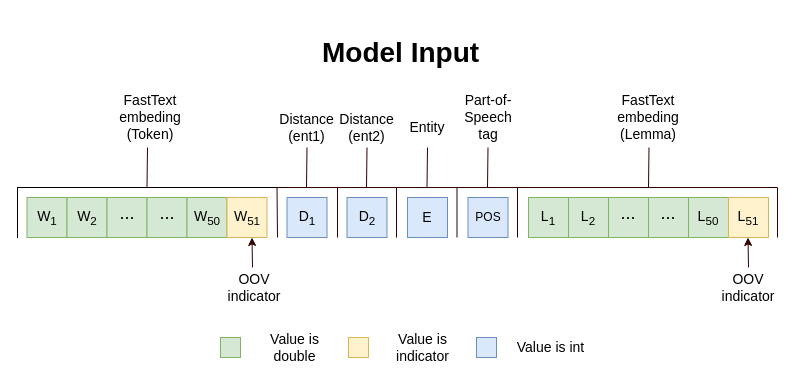
UsernamePSQ/nlp_final keeps this draw.io diagram as stat-nlp-book/assignments/2019/final_assignment/problem/Extra_files/figures/ModelInput.drawio. Above is the earlier version. Source tidied: cells renumbered, new cells numbered last; positions are measured from the earlier drawing's top-left corner, leaving out a move shared by most shapes. Both pictures are drawn from the tidied source at 100%, with x=0, y=0 at pixel (17, 27).
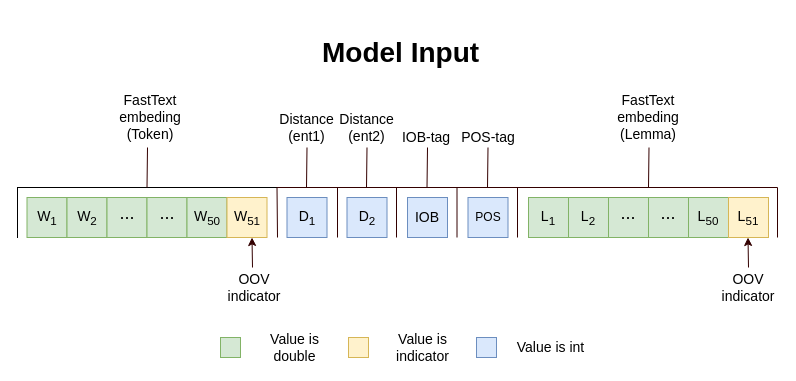
After the change.

The edit, as a diff of the source:
```diff
@@
-    <mxCell id="10" value="&lt;span style=&quot;font-size: 14px&quot;&gt;E&lt;/span&gt;" style="rounded=0;whiteSpace=wrap;html=1;fillColor=#dae8fc;strokeColor=#6c8ebf;" parent="1" vertex="1">
+    <mxCell id="10" value="&lt;span style=&quot;font-size: 14px&quot;&gt;IOB&lt;/span&gt;" style="rounded=0;whiteSpace=wrap;html=1;fillColor=#dae8fc;strokeColor=#6c8ebf;" parent="1" vertex="1">
       <mxGeometry x="390" y="170" width="40" height="40" as="geometry" />
     </mxCell>
@@
-    <mxCell id="40" value="Entity" style="text;html=1;strokeColor=none;fillColor=none;align=center;verticalAlign=middle;whiteSpace=wrap;rounded=0;fontSize=14;" parent="1" vertex="1">
-      <mxGeometry x="390" y="90" width="40" height="20" as="geometry" />
+    <mxCell id="40" value="IOB-tag" style="text;html=1;strokeColor=none;fillColor=none;align=center;verticalAlign=middle;whiteSpace=wrap;rounded=0;fontSize=14;" parent="1" vertex="1">
+      <mxGeometry x="381" y="100" width="56" height="20" as="geometry" />
     </mxCell>
-    <mxCell id="41" value="Part-of-Speech tag" style="text;html=1;strokeColor=none;fillColor=none;align=center;verticalAlign=middle;whiteSpace=wrap;rounded=0;fontSize=14;" parent="1" vertex="1">
-      <mxGeometry x="442.5" y="80" width="56" height="20" as="geometry" />
+    <mxCell id="41" value="POS-tag" style="text;html=1;strokeColor=none;fillColor=none;align=center;verticalAlign=middle;whiteSpace=wrap;rounded=0;fontSize=14;" parent="1" vertex="1">
+      <mxGeometry x="438.5" y="100" width="64" height="20" as="geometry" />
     </mxCell>
```
